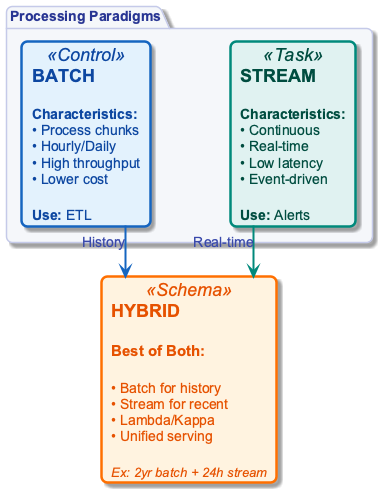
The PlantUML diagram diagrams/week01/week1_core_concepts_2.png in OrPerets/data-engineering-course, before a commit.
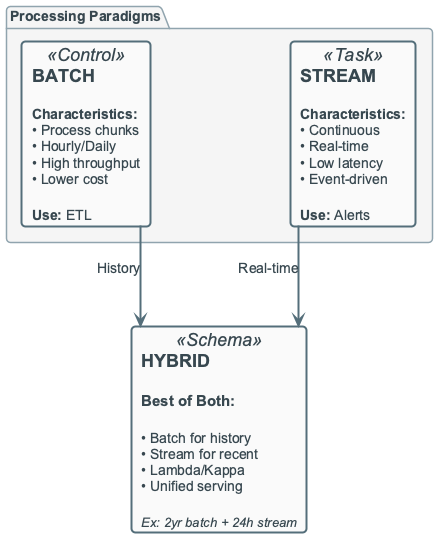
After the commit.

Diff of the diagram source:
```diff
@@ -10,7 +10,7 @@
 
 card "**HYBRID**\n\n<size:15><b>Best of Both:</b></size>\n\n<size:14>• Batch for history</size>\n<size:14>• Stream for recent</size>\n<size:14>• Lambda/Kappa</size>\n<size:14>• Unified serving</size>\n\n<size:13><i>Ex: 2yr batch + 24h stream</i></size>" as H <<Schema>>
 
-B -down[#1565C0,thickness=2]-> H : <color:#3949AB>History</color>
-S -down[#00897B,thickness=2]-> H : <color:#3949AB>Real-time</color>
+B -down-> H : History
+S -down-> H : Real-time
 
 @enduml
```
